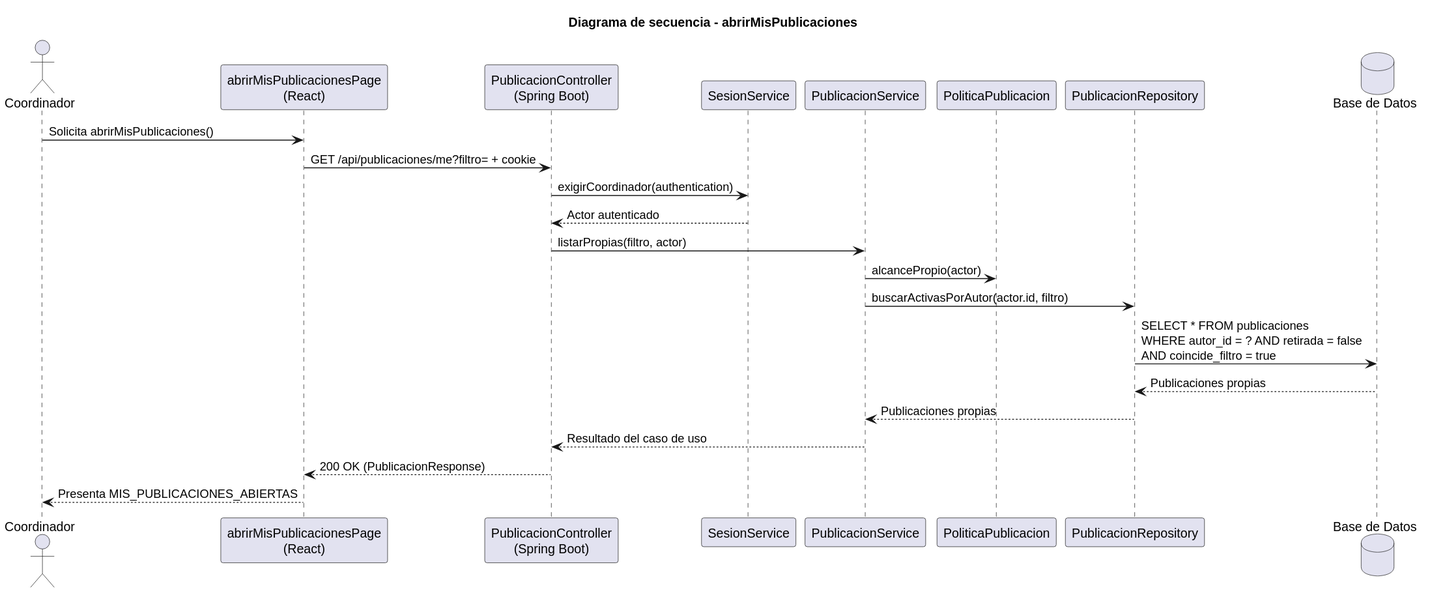
beatriizorozco/25-26-idsw2-sdVC keeps this PlantUML diagram as images/RUP/02-diseño/casos-uso/coordinador/abrirMisPublicaciones/secuencia.svg. Above is the earlier version.
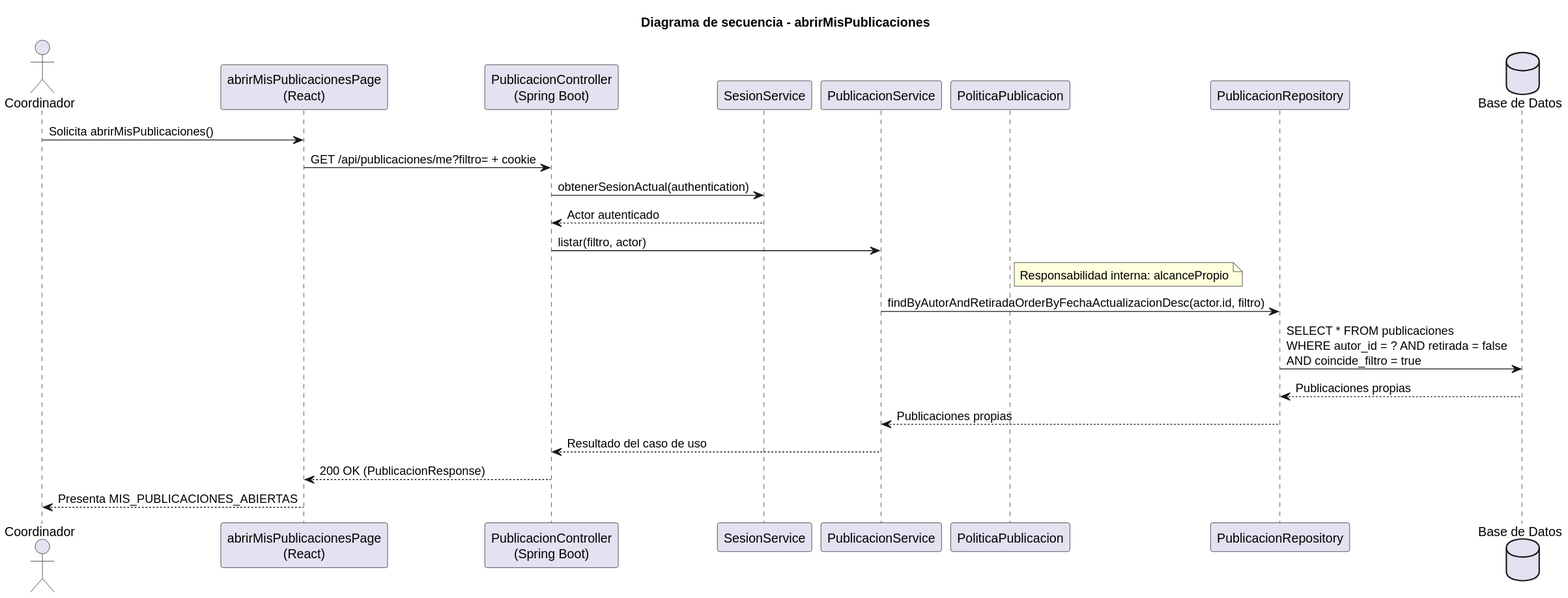
After the change.

Diff of the diagram source:
```diff
@@ -12,11 +12,11 @@
 
 Coordinador -> Frontend: Solicita abrirMisPublicaciones()
 Frontend -> Api: GET /api/publicaciones/me?filtro= + cookie
-Api -> Sesion: exigirCoordinador(authentication)
+Api -> Sesion: obtenerSesionActual(authentication)
 Sesion --> Api: Actor autenticado
-Api -> Service: listarPropias(filtro, actor)
-Service -> Policy: alcancePropio(actor)
-Service -> Repo: buscarActivasPorAutor(actor.id, filtro)
+Api -> Service: listar(filtro, actor)
+note right of Policy: Responsabilidad interna: alcancePropio
+Service -> Repo: findByAutorAndRetiradaOrderByFechaActualizacionDesc(actor.id, filtro)
 Repo -> DB: SELECT * FROM publicaciones\nWHERE autor_id = ? AND retirada = false\nAND coincide_filtro = true
 DB --> Repo: Publicaciones propias
 Repo --> Service: Publicaciones propias
```
